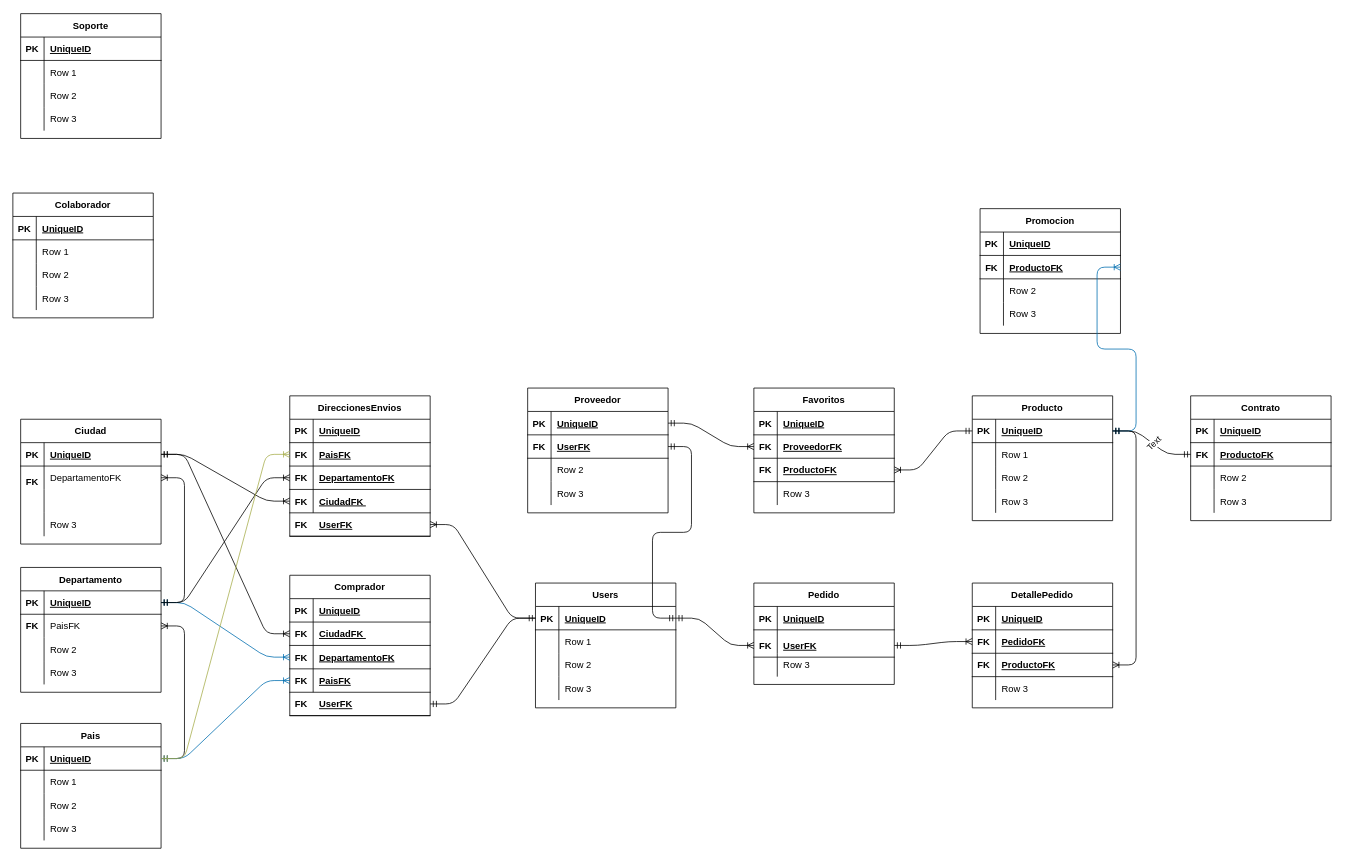
dylan-script/Lappiz_MercaFruta keeps this draw.io diagram as Src/Resources/DataBase/db.drawio. Above is the earlier version. Source tidied: cells renumbered, new cells numbered last; positions are measured from the earlier drawing's top-left corner, leaving out a move shared by most shapes. Both pictures are drawn from the tidied source at 78%, with x=0, y=0 at pixel (12, 13).
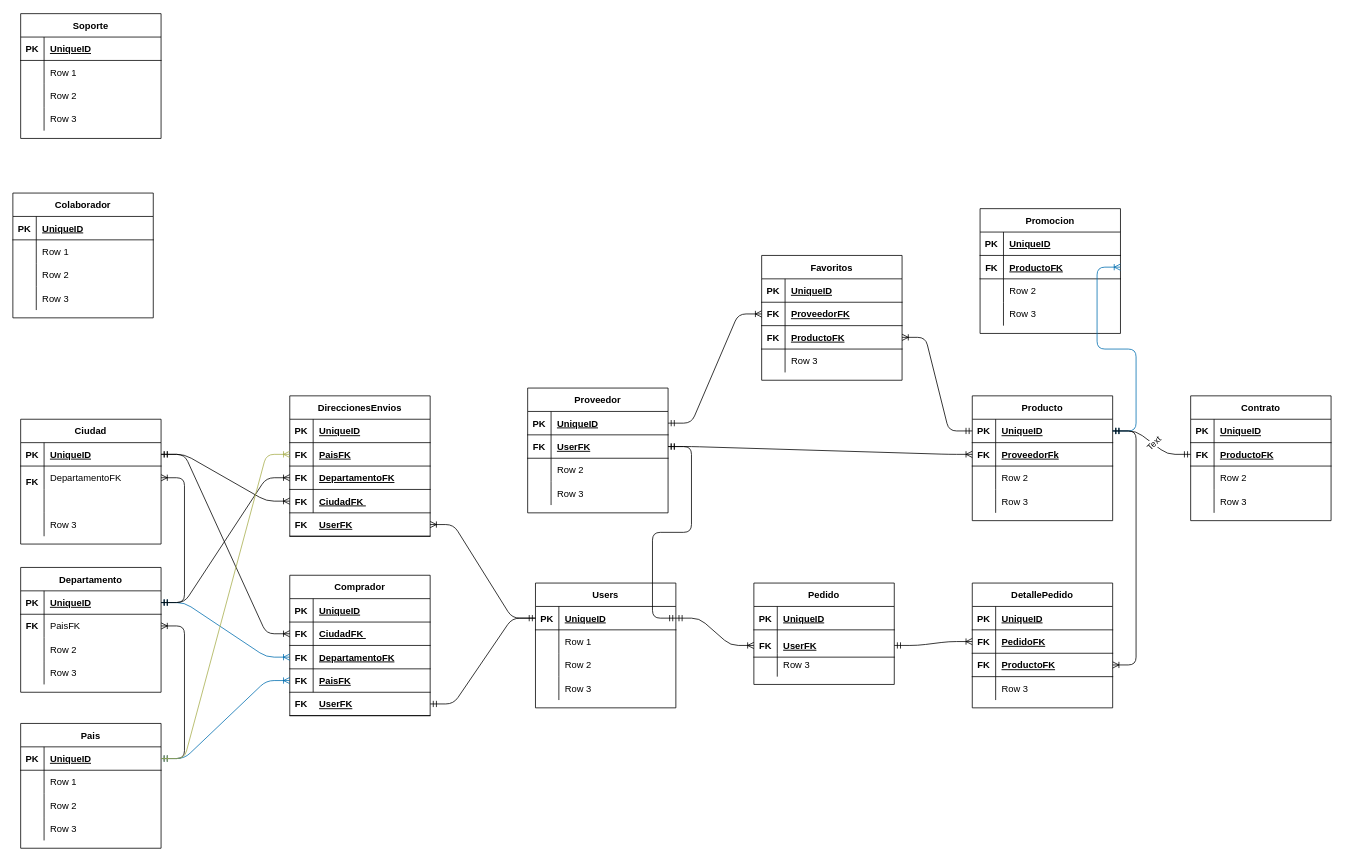
Above is the later version.

The change refers to these unchanged cells:
```xml
<mxCell id="216" style="shape=partialRectangle;fillColor=none;top=0;left=0;bottom=0;right=0;" parent="212" vertex="1">
  <mxGeometry y="60" width="180" height="30" as="geometry" />
</mxCell>
<mxCell id="226" style="shape=partialRectangle;fillColor=none;top=0;left=0;bottom=1;right=0;points=[[0,0.5],[1,0.5]];portConstraint=eastwest;" parent="1" vertex="1">
  <mxGeometry x="660" y="540" width="180" height="30" as="geometry" />
</mxCell>
```

What changed in the source:
```diff
@@
     <mxCell id="103" value="Favoritos" style="shape=table;startSize=30;childLayout=tableLayout;rowLines=0;fontStyle=1;align=center;" parent="1" vertex="1">
-      <mxGeometry x="950" y="480" width="180" height="160" as="geometry" />
+      <mxGeometry x="960" y="310" width="180" height="160" as="geometry" />
     </mxCell>
@@
-    <mxCell id="218" value="Row 1" style="shape=partialRectangle;fillColor=none;top=0;left=0;bottom=0;right=0;align=left;spacingLeft=6;overflow=hidden;" parent="216" vertex="1">
+    <mxCell id="218" style="shape=partialRectangle;fillColor=none;top=0;left=0;bottom=0;right=0;align=left;spacingLeft=6;overflow=hidden;" parent="216" vertex="1">
       <mxGeometry x="30" width="150" height="30" as="geometry" />
     </mxCell>
@@
     <mxCell id="230" style="shape=partialRectangle;fillColor=none;top=0;left=0;bottom=1;right=0;points=[[0,0.5],[1,0.5]];portConstraint=eastwest;" parent="1" vertex="1">
-      <mxGeometry x="950" y="540" width="180" height="30" as="geometry" />
+      <mxGeometry x="960" y="370" width="180" height="30" as="geometry" />
     </mxCell>
@@
     <mxCell id="233" style="shape=partialRectangle;fillColor=none;top=0;left=0;bottom=1;right=0;points=[[0,0.5],[1,0.5]];portConstraint=eastwest;" parent="1" vertex="1">
-      <mxGeometry x="950" y="570" width="180" height="30" as="geometry" />
+      <mxGeometry x="960" y="400" width="180" height="30" as="geometry" />
     </mxCell>
@@
+    <mxCell id="263" style="shape=partialRectangle;fillColor=none;top=0;left=0;bottom=1;right=0;points=[[0,0.5],[1,0.5]];portConstraint=eastwest;" parent="1" vertex="1">
+      <mxGeometry x="1230" y="550" width="180" height="30" as="geometry" />
+    </mxCell>
+    <mxCell id="264" value="FK" style="shape=partialRectangle;fillColor=none;top=0;left=0;bottom=0;right=0;fontStyle=1;overflow=hidden;" parent="263" vertex="1">
+      <mxGeometry width="30" height="30" as="geometry" />
+    </mxCell>
+    <mxCell id="265" value="ProveedorFk" style="shape=partialRectangle;fillColor=none;top=0;left=0;bottom=0;right=0;align=left;spacingLeft=6;fontStyle=5;overflow=hidden;" parent="263" vertex="1">
+      <mxGeometry x="30" width="150" height="30" as="geometry" />
+    </mxCell>
+    <mxCell id="266" style="edgeStyle=entityRelationEdgeStyle;fontSize=12;html=1;endArrow=ERoneToMany;startArrow=ERmandOne;exitX=1;exitY=0.5;exitDx=0;exitDy=0;entryX=0;entryY=0.5;entryDx=0;entryDy=0;" parent="1" edge="1" source="226" target="263">
+      <mxGeometry relative="1" as="geometry" />
+    </mxCell>
```
